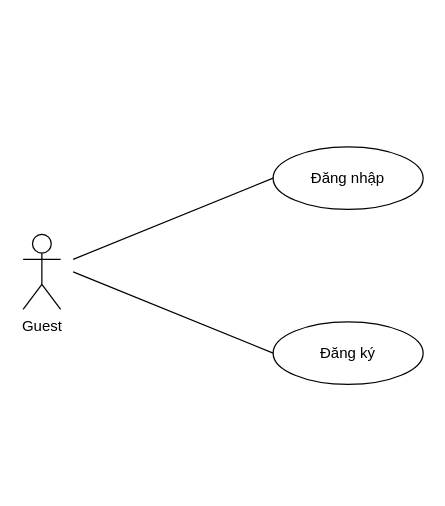
NightFury712/Demo-Project-2 keeps this draw.io diagram as page "Page-4" (4 of 6) of Untitled Diagram.drawio. Above is the earlier version. Source tidied: cells renumbered, new cells numbered last; positions are measured from the earlier drawing's top-left corner, leaving out a move shared by most shapes. Both pictures are drawn from the tidied source at 125%, with x=0, y=0 at pixel (22, 146).
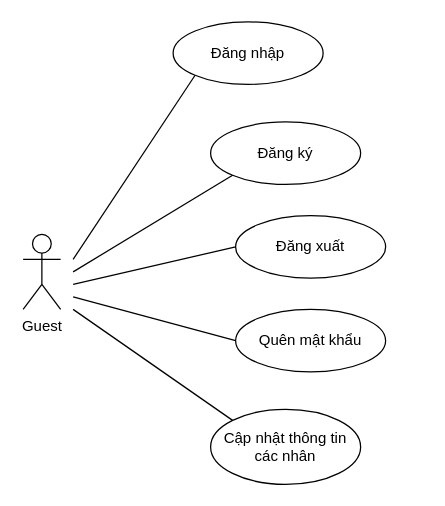
After the change.

The edit, as a diff of the source:
```diff
@@
 <mxGraphModel>
   <root>
     <mxCell id="0" />
     <mxCell id="1" parent="0" />
     <mxCell id="2" value="Guest" style="shape=umlActor;verticalLabelPosition=bottom;verticalAlign=top;html=1;" parent="1" vertex="1">
       <mxGeometry y="70" width="30" height="60" as="geometry" />
     </mxCell>
     <mxCell id="3" value="Đăng ký" style="ellipse;whiteSpace=wrap;html=1;" parent="1" vertex="1">
-      <mxGeometry x="200" y="140" width="120" height="50" as="geometry" />
+      <mxGeometry x="150" y="-20" width="120" height="50" as="geometry" />
     </mxCell>
     <mxCell id="4" value="Đăng nhập" style="ellipse;whiteSpace=wrap;html=1;" parent="1" vertex="1">
-      <mxGeometry x="200" width="120" height="50" as="geometry" />
+      <mxGeometry x="120" y="-100" width="120" height="50" as="geometry" />
     </mxCell>
-    <mxCell id="5" style="endArrow=none;html=1;entryX=0;entryY=0.5;entryDx=0;entryDy=0;" parent="1" edge="1" target="4">
+    <mxCell id="5" style="endArrow=none;html=1;entryX=0;entryY=1;entryDx=0;entryDy=0;" parent="1" edge="1" target="4">
       <mxGeometry relative="1" as="geometry">
         <mxPoint x="40" y="90" as="sourcePoint" />
       </mxGeometry>
     </mxCell>
-    <mxCell id="6" style="endArrow=none;html=1;entryX=0;entryY=0.5;entryDx=0;entryDy=0;" parent="1" edge="1" target="3">
+    <mxCell id="6" style="endArrow=none;html=1;entryX=0;entryY=1;entryDx=0;entryDy=0;" parent="1" edge="1" target="3">
       <mxGeometry relative="1" as="geometry">
         <mxPoint x="40" y="100" as="sourcePoint" />
       </mxGeometry>
     </mxCell>
+    <mxCell id="7" value="Đăng xuất" style="ellipse;whiteSpace=wrap;html=1;" parent="1" vertex="1">
+      <mxGeometry x="170" y="55" width="120" height="50" as="geometry" />
+    </mxCell>
+    <mxCell id="8" value="Quên mật khẩu" style="ellipse;whiteSpace=wrap;html=1;" parent="1" vertex="1">
+      <mxGeometry x="170" y="130" width="120" height="50" as="geometry" />
+    </mxCell>
+    <mxCell id="9" value="Cập nhật thông tin các nhân" style="ellipse;whiteSpace=wrap;html=1;" parent="1" vertex="1">
+      <mxGeometry x="150" y="210" width="120" height="60" as="geometry" />
+    </mxCell>
+    <mxCell id="10" style="endArrow=none;html=1;entryX=0;entryY=0.5;entryDx=0;entryDy=0;" parent="1" edge="1" target="7">
+      <mxGeometry relative="1" as="geometry">
+        <mxPoint x="40" y="110" as="sourcePoint" />
+      </mxGeometry>
+    </mxCell>
+    <mxCell id="11" style="endArrow=none;html=1;entryX=0;entryY=0.5;entryDx=0;entryDy=0;" parent="1" edge="1" target="8">
+      <mxGeometry relative="1" as="geometry">
+        <mxPoint x="40" y="120" as="sourcePoint" />
+      </mxGeometry>
+    </mxCell>
+    <mxCell id="12" style="endArrow=none;html=1;entryX=0;entryY=0;entryDx=0;entryDy=0;" parent="1" edge="1" target="9">
+      <mxGeometry relative="1" as="geometry">
+        <mxPoint x="40" y="130" as="sourcePoint" />
+      </mxGeometry>
+    </mxCell>
   </root>
 </mxGraphModel>
```
